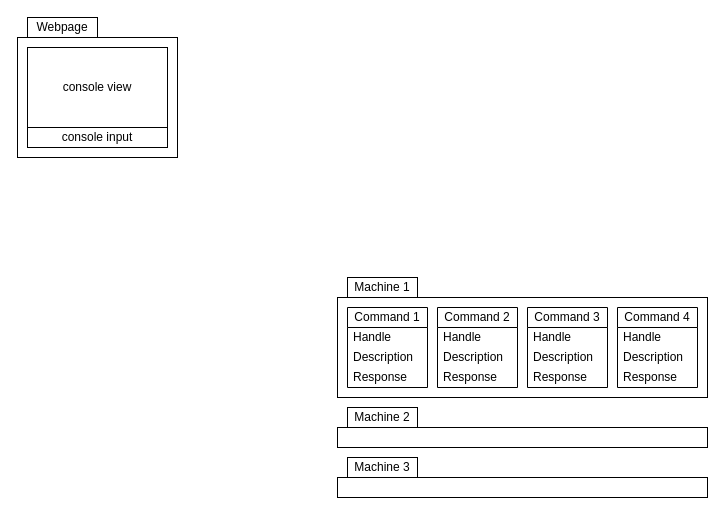
Before: TerminalPage.drawio in SaNuelson/SaNuelson.github.io, a draw.io diagram. Source tidied: cells renumbered, new cells numbered last; positions are measured from the earlier drawing's top-left corner, leaving out a move shared by most shapes. Both pictures are drawn from the tidied source at 100%, with x=0, y=0 at pixel (17, 17).
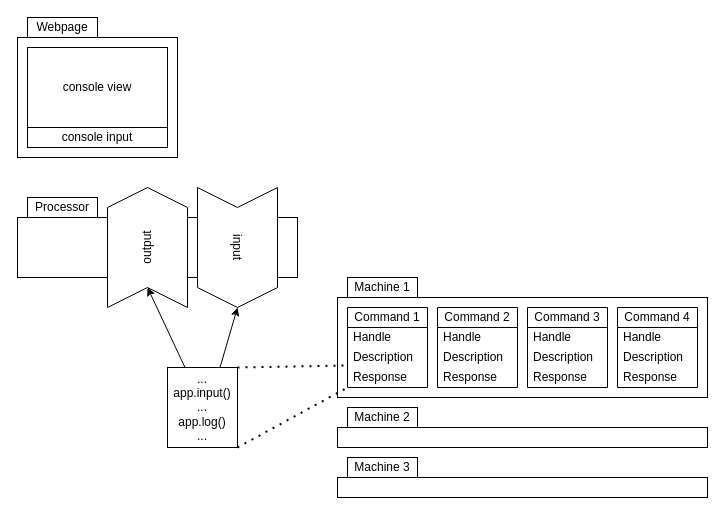
Above is the later version.

The change refers to these unchanged cells:
```xml
<mxCell id="10" value="Response" style="text;strokeColor=none;fillColor=none;align=left;verticalAlign=middle;spacingLeft=4;spacingRight=4;overflow=hidden;points=[[0,0.5],[1,0.5]];portConstraint=eastwest;whiteSpace=wrap;html=1;" parent="7" vertex="1">
  <mxGeometry y="60" width="80" height="20" as="geometry" />
</mxCell>
```

Diff of the diagram source:
```diff
@@
+    <mxCell id="28" style="rounded=0;whiteSpace=wrap;html=1;" parent="1" vertex="1">
+      <mxGeometry y="200" width="280" height="60" as="geometry" />
+    </mxCell>
+    <mxCell id="29" value="Processor" style="rounded=0;whiteSpace=wrap;html=1;" parent="1" vertex="1">
+      <mxGeometry x="10" y="180" width="70" height="20" as="geometry" />
+    </mxCell>
+    <mxCell id="30" value="output" style="shape=step;perimeter=stepPerimeter;whiteSpace=wrap;html=1;fixedSize=1;rotation=-90;horizontal=1;" parent="1" vertex="1">
+      <mxGeometry x="70" y="190" width="120" height="80" as="geometry" />
+    </mxCell>
+    <mxCell id="31" value="input" style="shape=step;perimeter=stepPerimeter;whiteSpace=wrap;html=1;fixedSize=1;rotation=90;" parent="1" vertex="1">
+      <mxGeometry x="160" y="190" width="120" height="80" as="geometry" />
+    </mxCell>
+    <mxCell id="32" style="edgeStyle=none;html=1;exitX=0.25;exitY=0;exitDx=0;exitDy=0;entryX=0;entryY=0.5;entryDx=0;entryDy=0;" parent="1" edge="1" source="34" target="30">
+      <mxGeometry relative="1" as="geometry" />
+    </mxCell>
+    <mxCell id="33" style="edgeStyle=none;html=1;exitX=0.75;exitY=0;exitDx=0;exitDy=0;entryX=1;entryY=0.5;entryDx=0;entryDy=0;" parent="1" edge="1" source="34" target="31">
+      <mxGeometry relative="1" as="geometry" />
+    </mxCell>
+    <mxCell id="34" value="...&lt;br&gt;app.input()&lt;br&gt;...&lt;br&gt;app.log()&lt;br&gt;..." style="rounded=0;whiteSpace=wrap;html=1;" parent="1" vertex="1">
+      <mxGeometry x="150" y="350" width="70" height="80" as="geometry" />
+    </mxCell>
+    <mxCell id="35" style="endArrow=none;dashed=1;html=1;dashPattern=1 3;strokeWidth=2;exitX=1;exitY=0;exitDx=0;exitDy=0;entryX=0;entryY=-0.1;entryDx=0;entryDy=0;entryPerimeter=0;" parent="1" edge="1" source="34" target="10">
+      <mxGeometry relative="1" as="geometry" />
+    </mxCell>
+    <mxCell id="36" style="endArrow=none;dashed=1;html=1;dashPattern=1 3;strokeWidth=2;exitX=1;exitY=1;exitDx=0;exitDy=0;entryX=0;entryY=1;entryDx=0;entryDy=0;entryPerimeter=0;" parent="1" edge="1" source="34" target="10">
+      <mxGeometry relative="1" as="geometry" />
+    </mxCell>
```
